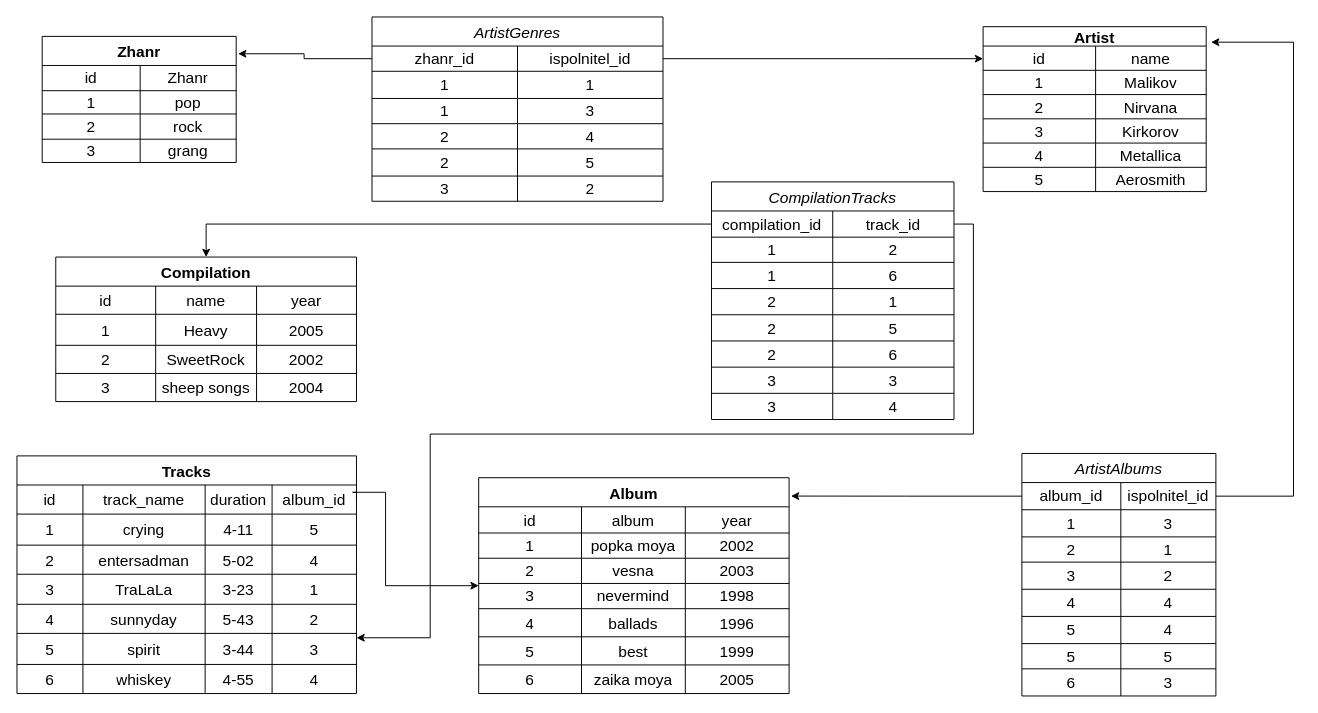
Earlier version of the draw.io diagram 1.drawio (Bigetti/DataBasesBeginning). Source tidied: cells renumbered, new cells numbered last; positions are measured from the earlier drawing's top-left corner, leaving out a move shared by most shapes. Both pictures are drawn from the tidied source at 97%, with x=0, y=0 at pixel (16, 16).
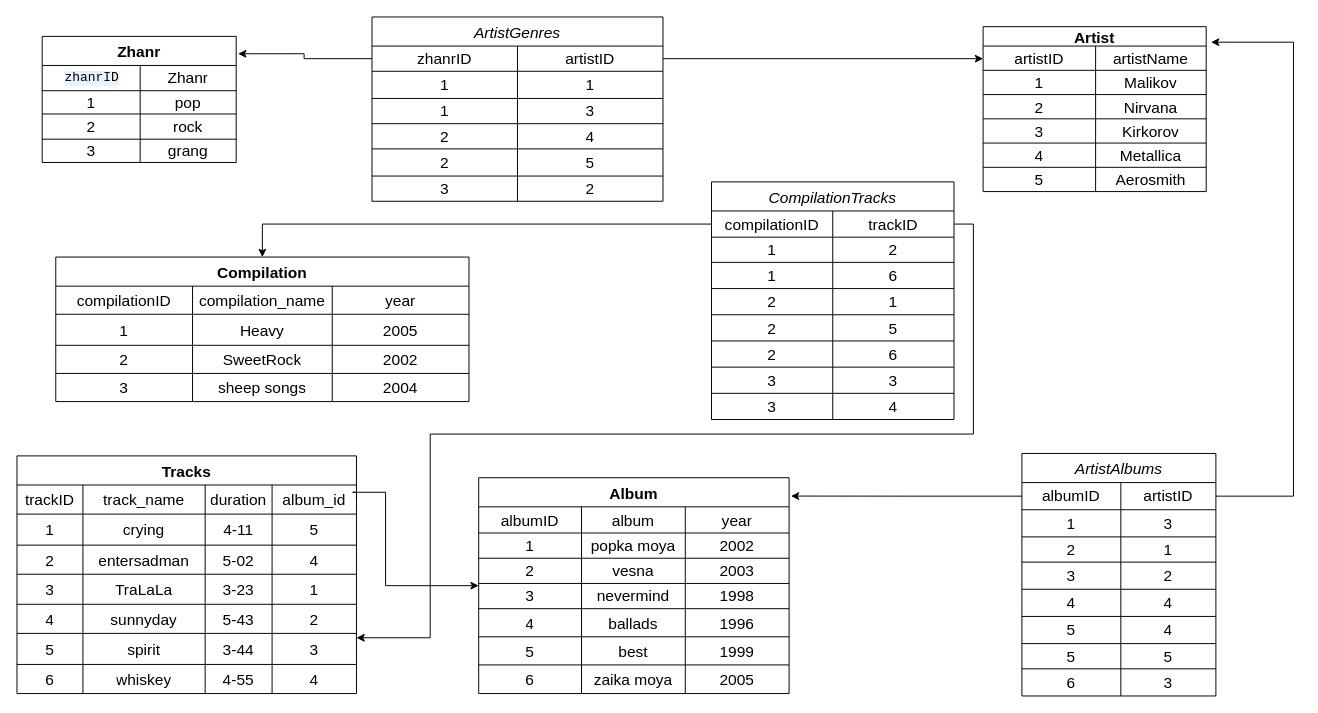
Above is the later version.

Unchanged cells that the change refers to:
```xml
<mxCell id="3" style="shape=tableRow;horizontal=0;startSize=0;swimlaneHead=0;swimlaneBody=0;strokeColor=inherit;top=0;left=0;bottom=0;right=0;fillColor=none;fontSize=16;" parent="2" vertex="1">
  <mxGeometry y="30" width="200" height="26" as="geometry" />
</mxCell>
<mxCell id="15" value="Album" style="shape=table;startSize=30;childLayout=tableLayout;strokeColor=default;fontSize=16;fontStyle=1;" parent="1" vertex="1">
  <mxGeometry x="476" y="475" width="320" height="222.5" as="geometry" />
</mxCell>
<mxCell id="16" style="shape=tableRow;horizontal=0;startSize=0;swimlaneHead=0;swimlaneBody=0;strokeColor=inherit;top=0;left=0;bottom=0;right=0;fillColor=none;fontSize=16;" parent="15" vertex="1">
  <mxGeometry y="30" width="320" height="27" as="geometry" />
</mxCell>
<mxCell id="45" style="shape=tableRow;horizontal=0;startSize=0;swimlaneHead=0;swimlaneBody=0;strokeColor=inherit;top=0;left=0;bottom=0;right=0;fillColor=none;fontSize=16;" parent="44" vertex="1">
  <mxGeometry y="20" width="230" height="25" as="geometry" />
</mxCell>
<mxCell id="64" style="shape=tableRow;horizontal=0;startSize=0;swimlaneHead=0;swimlaneBody=0;strokeColor=inherit;top=0;left=0;bottom=0;right=0;fillColor=none;points=[[0,0.5],[1,0.5]];portConstraint=eastwest;fontSize=16;" parent="63" vertex="1">
  <mxGeometry y="30" width="350" height="30" as="geometry" />
</mxCell>
<mxCell id="101" style="shape=tableRow;horizontal=0;startSize=0;swimlaneHead=0;swimlaneBody=0;strokeColor=inherit;top=0;left=0;bottom=0;right=0;fillColor=none;points=[[0,0.5],[1,0.5]];portConstraint=eastwest;fontSize=16;" parent="100" vertex="1">
  <mxGeometry y="30" width="300" height="26" as="geometry" />
</mxCell>
<mxCell id="121" style="shape=tableRow;horizontal=0;startSize=0;swimlaneHead=0;swimlaneBody=0;strokeColor=inherit;top=0;left=0;bottom=0;right=0;fillColor=none;points=[[0,0.5],[1,0.5]];portConstraint=eastwest;fontSize=16;" parent="120" vertex="1">
  <mxGeometry y="30" width="200" height="28" as="geometry" />
</mxCell>
<mxCell id="165" style="shape=tableRow;horizontal=0;startSize=0;swimlaneHead=0;swimlaneBody=0;strokeColor=inherit;top=0;left=0;bottom=0;right=0;fillColor=none;points=[[0,0.5],[1,0.5]];portConstraint=eastwest;fontSize=16;" parent="164" vertex="1">
  <mxGeometry y="30" width="250" height="27" as="geometry" />
</mxCell>
```

Diff of the diagram source:
```diff
@@
-    <mxCell id="4" value="id" style="shape=partialRectangle;html=1;whiteSpace=wrap;strokeColor=inherit;overflow=hidden;fillColor=none;top=0;left=0;bottom=0;right=0;fontSize=16;" parent="3" vertex="1">
+    <mxCell id="4" value="&lt;div style=&quot;background-color:#ffffff;padding:0px 0px 0px 2px;&quot;&gt;&lt;div style=&quot;font-family: Consolas; font-size: 10pt;&quot;&gt;&lt;p style=&quot;background-color:#e8f2fe;margin:0;&quot;&gt;zhanrID&lt;br&gt;&lt;/p&gt;&lt;/div&gt;&lt;/div&gt;" style="shape=partialRectangle;html=1;whiteSpace=wrap;strokeColor=inherit;overflow=hidden;fillColor=none;top=0;left=0;bottom=0;right=0;fontSize=16;" parent="3" vertex="1">
       <mxGeometry width="101" height="26" as="geometry" />
     </mxCell>
@@
-    <mxCell id="17" value="id" style="shape=partialRectangle;html=1;whiteSpace=wrap;strokeColor=inherit;overflow=hidden;fillColor=none;top=0;left=0;bottom=0;right=0;fontSize=16;" parent="16" vertex="1">
+    <mxCell id="17" value="albumID" style="shape=partialRectangle;html=1;whiteSpace=wrap;strokeColor=inherit;overflow=hidden;fillColor=none;top=0;left=0;bottom=0;right=0;fontSize=16;" parent="16" vertex="1">
       <mxGeometry width="106" height="27" as="geometry" />
     </mxCell>
@@
     <mxCell id="40" style="shape=tableRow;horizontal=0;startSize=0;swimlaneHead=0;swimlaneBody=0;strokeColor=inherit;top=0;left=0;bottom=0;right=0;fillColor=none;fontSize=16;" parent="15" vertex="1">
-      <mxGeometry y="193" width="320" height="30" as="geometry" />
+      <mxGeometry y="193" width="320" height="29" as="geometry" />
     </mxCell>
     <mxCell id="41" value="6" style="shape=partialRectangle;html=1;whiteSpace=wrap;strokeColor=inherit;overflow=hidden;fillColor=none;top=0;left=0;bottom=0;right=0;fontSize=16;" parent="40" vertex="1">
-      <mxGeometry width="106" height="30" as="geometry" />
+      <mxGeometry width="106" height="29" as="geometry" />
     </mxCell>
     <mxCell id="42" value="zaika moya" style="shape=partialRectangle;html=1;whiteSpace=wrap;strokeColor=inherit;overflow=hidden;fillColor=none;top=0;left=0;bottom=0;right=0;fontSize=16;" parent="40" vertex="1">
-      <mxGeometry x="106" width="107" height="30" as="geometry" />
+      <mxGeometry x="106" width="107" height="29" as="geometry" />
     </mxCell>
     <mxCell id="43" value="2005" style="shape=partialRectangle;html=1;whiteSpace=wrap;strokeColor=inherit;overflow=hidden;fillColor=none;top=0;left=0;bottom=0;right=0;fontSize=16;" parent="40" vertex="1">
-      <mxGeometry x="213" width="107" height="30" as="geometry" />
+      <mxGeometry x="213" width="107" height="29" as="geometry" />
     </mxCell>
@@
-    <mxCell id="46" value="id" style="shape=partialRectangle;html=1;whiteSpace=wrap;strokeColor=inherit;overflow=hidden;fillColor=none;top=0;left=0;bottom=0;right=0;fontSize=16;" parent="45" vertex="1">
+    <mxCell id="46" value="artistID" style="shape=partialRectangle;html=1;whiteSpace=wrap;strokeColor=inherit;overflow=hidden;fillColor=none;top=0;left=0;bottom=0;right=0;fontSize=16;" parent="45" vertex="1">
       <mxGeometry width="116" height="25" as="geometry" />
     </mxCell>
-    <mxCell id="47" value="name" style="shape=partialRectangle;html=1;whiteSpace=wrap;strokeColor=inherit;overflow=hidden;fillColor=none;top=0;left=0;bottom=0;right=0;fontSize=16;" parent="45" vertex="1">
+    <mxCell id="47" value="artistName" style="shape=partialRectangle;html=1;whiteSpace=wrap;strokeColor=inherit;overflow=hidden;fillColor=none;top=0;left=0;bottom=0;right=0;fontSize=16;" parent="45" vertex="1">
       <mxGeometry x="116" width="114" height="25" as="geometry" />
     </mxCell>
@@
-    <mxCell id="65" value="id" style="shape=partialRectangle;html=1;whiteSpace=wrap;strokeColor=inherit;overflow=hidden;fillColor=none;top=0;left=0;bottom=0;right=0;fontSize=16;" parent="64" vertex="1">
+    <mxCell id="65" value="trackID" style="shape=partialRectangle;html=1;whiteSpace=wrap;strokeColor=inherit;overflow=hidden;fillColor=none;top=0;left=0;bottom=0;right=0;fontSize=16;" parent="64" vertex="1">
       <mxGeometry width="68" height="30" as="geometry" />
     </mxCell>
@@
-    <mxCell id="102" value="zhanr_id" style="shape=partialRectangle;html=1;whiteSpace=wrap;strokeColor=inherit;overflow=hidden;fillColor=none;top=0;left=0;bottom=0;right=0;fontSize=16;" parent="101" vertex="1">
+    <mxCell id="102" value="zhanrID" style="shape=partialRectangle;html=1;whiteSpace=wrap;strokeColor=inherit;overflow=hidden;fillColor=none;top=0;left=0;bottom=0;right=0;fontSize=16;" parent="101" vertex="1">
       <mxGeometry width="150" height="26" as="geometry" />
     </mxCell>
-    <mxCell id="103" value="ispolnitel_id" style="shape=partialRectangle;html=1;whiteSpace=wrap;strokeColor=inherit;overflow=hidden;fillColor=none;top=0;left=0;bottom=0;right=0;fontSize=16;" parent="101" vertex="1">
+    <mxCell id="103" value="artistID" style="shape=partialRectangle;html=1;whiteSpace=wrap;strokeColor=inherit;overflow=hidden;fillColor=none;top=0;left=0;bottom=0;right=0;fontSize=16;" parent="101" vertex="1">
       <mxGeometry x="150" width="150" height="26" as="geometry" />
     </mxCell>
@@
-    <mxCell id="122" value="album_id" style="shape=partialRectangle;html=1;whiteSpace=wrap;strokeColor=inherit;overflow=hidden;fillColor=none;top=0;left=0;bottom=0;right=0;fontSize=16;" parent="121" vertex="1">
+    <mxCell id="122" value="albumID" style="shape=partialRectangle;html=1;whiteSpace=wrap;strokeColor=inherit;overflow=hidden;fillColor=none;top=0;left=0;bottom=0;right=0;fontSize=16;" parent="121" vertex="1">
       <mxGeometry width="102" height="28" as="geometry" />
     </mxCell>
-    <mxCell id="123" value="ispolnitel_id" style="shape=partialRectangle;html=1;whiteSpace=wrap;strokeColor=inherit;overflow=hidden;fillColor=none;top=0;left=0;bottom=0;right=0;fontSize=16;" parent="121" vertex="1">
+    <mxCell id="123" value="artistID" style="shape=partialRectangle;html=1;whiteSpace=wrap;strokeColor=inherit;overflow=hidden;fillColor=none;top=0;left=0;bottom=0;right=0;fontSize=16;" parent="121" vertex="1">
       <mxGeometry x="102" width="98" height="28" as="geometry" />
     </mxCell>
@@
     <mxCell id="145" value="Compilation" style="shape=table;startSize=30;childLayout=tableLayout;strokeColor=default;fontSize=16;fontStyle=1;" parent="1" vertex="1">
-      <mxGeometry x="40" y="247.5" width="310" height="149" as="geometry" />
+      <mxGeometry x="40" y="247.5" width="426" height="149" as="geometry" />
     </mxCell>
     <mxCell id="146" style="shape=tableRow;horizontal=0;startSize=0;swimlaneHead=0;swimlaneBody=0;strokeColor=inherit;top=0;left=0;bottom=0;right=0;fillColor=none;fontSize=16;" parent="145" vertex="1">
-      <mxGeometry y="30" width="310" height="29" as="geometry" />
+      <mxGeometry y="30" width="426" height="29" as="geometry" />
     </mxCell>
-    <mxCell id="147" value="id" style="shape=partialRectangle;html=1;whiteSpace=wrap;strokeColor=inherit;overflow=hidden;fillColor=none;top=0;left=0;bottom=0;right=0;fontSize=16;" parent="146" vertex="1">
-      <mxGeometry width="103" height="29" as="geometry" />
+    <mxCell id="147" value="compilationID" style="shape=partialRectangle;html=1;whiteSpace=wrap;strokeColor=inherit;overflow=hidden;fillColor=none;top=0;left=0;bottom=0;right=0;fontSize=16;" parent="146" vertex="1">
+      <mxGeometry width="141" height="29" as="geometry" />
     </mxCell>
-    <mxCell id="148" value="name" style="shape=partialRectangle;html=1;whiteSpace=wrap;strokeColor=inherit;overflow=hidden;fillColor=none;top=0;left=0;bottom=0;right=0;fontSize=16;" parent="146" vertex="1">
-      <mxGeometry x="103" width="104" height="29" as="geometry" />
+    <mxCell id="148" value="compilation_name" style="shape=partialRectangle;html=1;whiteSpace=wrap;strokeColor=inherit;overflow=hidden;fillColor=none;top=0;left=0;bottom=0;right=0;fontSize=16;" parent="146" vertex="1">
+      <mxGeometry x="141" width="144" height="29" as="geometry" />
     </mxCell>
     <mxCell id="149" value="year" style="shape=partialRectangle;html=1;whiteSpace=wrap;strokeColor=inherit;overflow=hidden;fillColor=none;top=0;left=0;bottom=0;right=0;fontSize=16;" parent="146" vertex="1">
-      <mxGeometry x="207" width="103" height="29" as="geometry" />
+      <mxGeometry x="285" width="141" height="29" as="geometry" />
     </mxCell>
     <mxCell id="150" style="shape=tableRow;horizontal=0;startSize=0;swimlaneHead=0;swimlaneBody=0;strokeColor=inherit;top=0;left=0;bottom=0;right=0;fillColor=none;fontSize=16;" parent="145" vertex="1">
-      <mxGeometry y="59" width="310" height="32" as="geometry" />
+      <mxGeometry y="59" width="426" height="32" as="geometry" />
     </mxCell>
     <mxCell id="151" value="1" style="shape=partialRectangle;html=1;whiteSpace=wrap;strokeColor=inherit;overflow=hidden;fillColor=none;top=0;left=0;bottom=0;right=0;fontSize=16;" parent="150" vertex="1">
-      <mxGeometry width="103" height="32" as="geometry" />
+      <mxGeometry width="141" height="32" as="geometry" />
     </mxCell>
     <mxCell id="152" value="Heavy" style="shape=partialRectangle;html=1;whiteSpace=wrap;strokeColor=inherit;overflow=hidden;fillColor=none;top=0;left=0;bottom=0;right=0;fontSize=16;" parent="150" vertex="1">
-      <mxGeometry x="103" width="104" height="32" as="geometry" />
+      <mxGeometry x="141" width="144" height="32" as="geometry" />
     </mxCell>
     <mxCell id="153" value="2005" style="shape=partialRectangle;html=1;whiteSpace=wrap;strokeColor=inherit;overflow=hidden;fillColor=none;top=0;left=0;bottom=0;right=0;fontSize=16;" parent="150" vertex="1">
-      <mxGeometry x="207" width="103" height="32" as="geometry" />
+      <mxGeometry x="285" width="141" height="32" as="geometry" />
     </mxCell>
     <mxCell id="154" style="shape=tableRow;horizontal=0;startSize=0;swimlaneHead=0;swimlaneBody=0;strokeColor=inherit;top=0;left=0;bottom=0;right=0;fillColor=none;fontSize=16;" parent="145" vertex="1">
-      <mxGeometry y="91" width="310" height="29" as="geometry" />
+      <mxGeometry y="91" width="426" height="29" as="geometry" />
     </mxCell>
     <mxCell id="155" value="2" style="shape=partialRectangle;html=1;whiteSpace=wrap;strokeColor=inherit;overflow=hidden;fillColor=none;top=0;left=0;bottom=0;right=0;fontSize=16;" parent="154" vertex="1">
-      <mxGeometry width="103" height="29" as="geometry" />
+      <mxGeometry width="141" height="29" as="geometry" />
     </mxCell>
     <mxCell id="156" value="SweetRock" style="shape=partialRectangle;html=1;whiteSpace=wrap;strokeColor=inherit;overflow=hidden;fillColor=none;top=0;left=0;bottom=0;right=0;fontSize=16;" parent="154" vertex="1">
-      <mxGeometry x="103" width="104" height="29" as="geometry" />
+      <mxGeometry x="141" width="144" height="29" as="geometry" />
     </mxCell>
     <mxCell id="157" value="2002" style="shape=partialRectangle;html=1;whiteSpace=wrap;strokeColor=inherit;overflow=hidden;fillColor=none;top=0;left=0;bottom=0;right=0;fontSize=16;" parent="154" vertex="1">
-      <mxGeometry x="207" width="103" height="29" as="geometry" />
+      <mxGeometry x="285" width="141" height="29" as="geometry" />
     </mxCell>
     <mxCell id="158" style="shape=tableRow;horizontal=0;startSize=0;swimlaneHead=0;swimlaneBody=0;strokeColor=inherit;top=0;left=0;bottom=0;right=0;fillColor=none;fontSize=16;" parent="145" vertex="1">
-      <mxGeometry y="120" width="310" height="29" as="geometry" />
+      <mxGeometry y="120" width="426" height="29" as="geometry" />
     </mxCell>
     <mxCell id="159" value="3" style="shape=partialRectangle;html=1;whiteSpace=wrap;strokeColor=inherit;overflow=hidden;fillColor=none;top=0;left=0;bottom=0;right=0;fontSize=16;" parent="158" vertex="1">
-      <mxGeometry width="103" height="29" as="geometry" />
+      <mxGeometry width="141" height="29" as="geometry" />
     </mxCell>
     <mxCell id="160" value="sheep songs" style="shape=partialRectangle;html=1;whiteSpace=wrap;strokeColor=inherit;overflow=hidden;fillColor=none;top=0;left=0;bottom=0;right=0;fontSize=16;" parent="158" vertex="1">
-      <mxGeometry x="103" width="104" height="29" as="geometry" />
+      <mxGeometry x="141" width="144" height="29" as="geometry" />
     </mxCell>
     <mxCell id="161" value="2004" style="shape=partialRectangle;html=1;whiteSpace=wrap;strokeColor=inherit;overflow=hidden;fillColor=none;top=0;left=0;bottom=0;right=0;fontSize=16;" parent="158" vertex="1">
-      <mxGeometry x="207" width="103" height="29" as="geometry" />
+      <mxGeometry x="285" width="141" height="29" as="geometry" />
     </mxCell>
@@
-    <mxCell id="166" value="compilation_id" style="shape=partialRectangle;html=1;whiteSpace=wrap;strokeColor=inherit;overflow=hidden;fillColor=none;top=0;left=0;bottom=0;right=0;fontSize=16;" parent="165" vertex="1">
+    <mxCell id="166" value="compilationID" style="shape=partialRectangle;html=1;whiteSpace=wrap;strokeColor=inherit;overflow=hidden;fillColor=none;top=0;left=0;bottom=0;right=0;fontSize=16;" parent="165" vertex="1">
       <mxGeometry width="125" height="27" as="geometry" />
     </mxCell>
-    <mxCell id="167" value="track_id" style="shape=partialRectangle;html=1;whiteSpace=wrap;strokeColor=inherit;overflow=hidden;fillColor=none;top=0;left=0;bottom=0;right=0;fontSize=16;" parent="165" vertex="1">
+    <mxCell id="167" value="trackID" style="shape=partialRectangle;html=1;whiteSpace=wrap;strokeColor=inherit;overflow=hidden;fillColor=none;top=0;left=0;bottom=0;right=0;fontSize=16;" parent="165" vertex="1">
       <mxGeometry x="125" width="125" height="27" as="geometry" />
     </mxCell>
```
